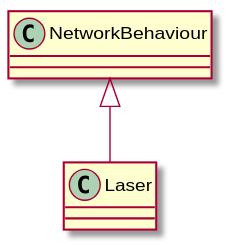
The PlantUML diagram UML/Level/Laser.svg in David-Denny/COMP3013-Team7, before a commit.
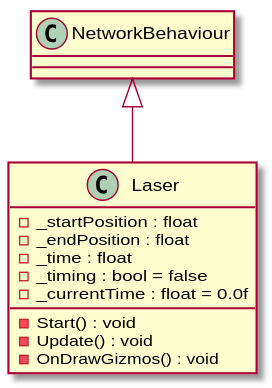
Later version of the same file.

Change to the diagram source:
```diff
@@ -1,5 +1,13 @@
 @startuml
 class Laser {
+    - _startPosition : float
+    - _endPosition : float
+    - _time : float
+    - _timing : bool = false
+    - _currentTime : float = 0.0f
+    - Start() : void
+    - Update() : void
+    - OnDrawGizmos() : void
 }
 NetworkBehaviour <|-- Laser
 @enduml
```
